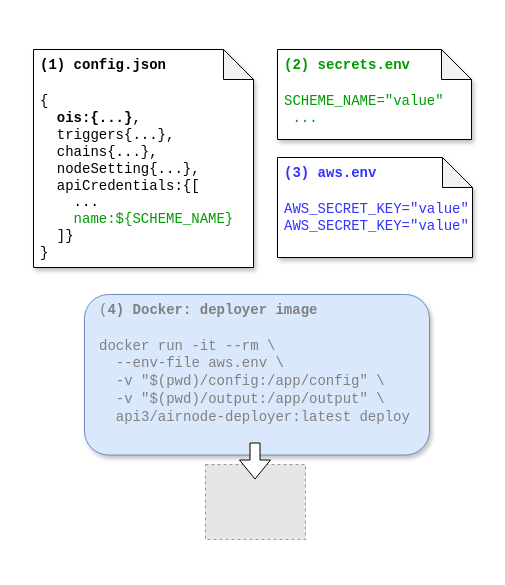
api3dao/vitepress-docs keeps this draw.io diagram as docs/explore/assets/diagrams/api-provider-overview-aws.drawio. Above is the earlier version. Source tidied: cells renumbered, new cells numbered last; positions are measured from the earlier drawing's top-left corner, leaving out a move shared by most shapes. Both pictures are drawn from the tidied source at 100%, with x=0, y=0 at pixel (33, 49). Pictures stored in the file or linked from it are replaced by grey dashed boxes.
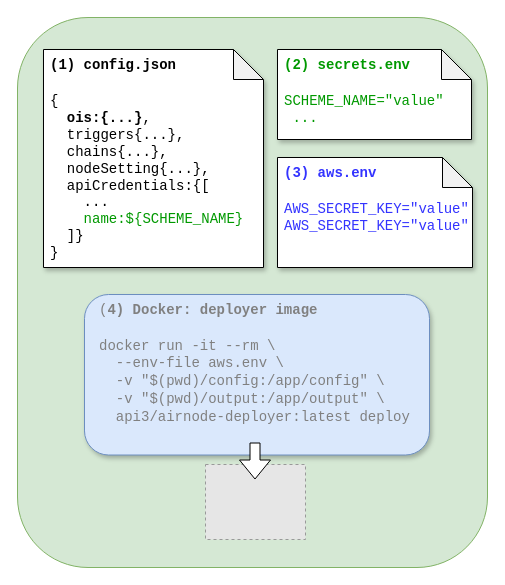
After the change.

Change to the diagram source:
```diff
@@
 <mxGraphModel>
   <root>
     <mxCell id="0" />
     <mxCell id="1" parent="0" />
+    <mxCell id="8" style="rounded=1;whiteSpace=wrap;html=1;fillColor=#d5e8d4;strokeColor=#82b366;" parent="1" vertex="1">
+      <mxGeometry x="-16" y="-32" width="470" height="550" as="geometry" />
+    </mxCell>
-    <mxCell id="2" value="&lt;div style=&quot;font-size: 14px&quot;&gt;&lt;font color=&quot;#808080&quot; style=&quot;font-size: 14px&quot; face=&quot;Courier New&quot;&gt;(&lt;b&gt;4) Docker: deployer image&lt;/b&gt;&lt;/font&gt;&lt;/div&gt;&lt;div style=&quot;font-size: 14px&quot;&gt;&lt;font color=&quot;#808080&quot; style=&quot;font-size: 14px&quot; face=&quot;Courier New&quot;&gt;&lt;br&gt;&lt;/font&gt;&lt;/div&gt;&lt;div style=&quot;font-size: 14px&quot;&gt;&lt;font color=&quot;#808080&quot; style=&quot;font-size: 14px&quot; face=&quot;Courier New&quot;&gt;docker run -it --rm \&lt;/font&gt;&lt;/div&gt;&lt;div style=&quot;font-size: 14px&quot;&gt;&lt;font color=&quot;#808080&quot; style=&quot;font-size: 14px&quot; face=&quot;Courier New&quot;&gt;&amp;nbsp; --env-file aws.env \&lt;/font&gt;&lt;/div&gt;&lt;div style=&quot;font-size: 14px&quot;&gt;&lt;span style=&quot;color: rgb(128 , 128 , 128)&quot;&gt;&lt;font style=&quot;font-size: 14px&quot; face=&quot;Courier New&quot;&gt;&amp;nbsp; -v &quot;$(pwd)/config:/app/config&quot; \&lt;/font&gt;&lt;/span&gt;&lt;/div&gt;&lt;div style=&quot;font-size: 14px&quot;&gt;&lt;font color=&quot;#808080&quot; style=&quot;font-size: 14px&quot; face=&quot;Courier New&quot;&gt;&amp;nbsp; -v &quot;$(pwd)/output:/app/output&quot; \&lt;/font&gt;&lt;/div&gt;&lt;div style=&quot;font-size: 14px&quot;&gt;&lt;font color=&quot;#808080&quot; style=&quot;font-size: 14px&quot; face=&quot;Courier New&quot;&gt;&amp;nbsp; api3/airnode-deployer:latest deploy&lt;/font&gt;&lt;/div&gt;" style="rounded=1;whiteSpace=wrap;html=1;fontSize=11;align=left;fillColor=#dae8fc;strokeColor=#6c8ebf;shadow=1;spacingLeft=13;spacingRight=5;verticalAlign=top;" parent="1" vertex="1">
+    <mxCell id="2" value="&lt;div style=&quot;font-size: 14px&quot;&gt;&lt;font color=&quot;#808080&quot; style=&quot;font-size: 14px&quot; face=&quot;Courier New&quot;&gt;(&lt;b&gt;4) Docker: deployer image&lt;/b&gt;&lt;/font&gt;&lt;/div&gt;&lt;div style=&quot;font-size: 14px&quot;&gt;&lt;font color=&quot;#808080&quot; style=&quot;font-size: 14px&quot; face=&quot;Courier New&quot;&gt;&lt;br&gt;&lt;/font&gt;&lt;/div&gt;&lt;div style=&quot;font-size: 14px&quot;&gt;&lt;font color=&quot;#808080&quot; style=&quot;font-size: 14px&quot; face=&quot;Courier New&quot;&gt;docker run -it --rm \&lt;/font&gt;&lt;/div&gt;&lt;div style=&quot;font-size: 14px&quot;&gt;&lt;font color=&quot;#808080&quot; style=&quot;font-size: 14px&quot; face=&quot;Courier New&quot;&gt;&amp;nbsp; --env-file aws.env \&lt;/font&gt;&lt;/div&gt;&lt;div style=&quot;font-size: 14px&quot;&gt;&lt;span style=&quot;color: rgb(128 , 128 , 128)&quot;&gt;&lt;font style=&quot;font-size: 14px&quot; face=&quot;Courier New&quot;&gt;&amp;nbsp; -v &quot;$(pwd)/config:/app/config&quot; \&lt;/font&gt;&lt;/span&gt;&lt;/div&gt;&lt;div style=&quot;font-size: 14px&quot;&gt;&lt;font color=&quot;#808080&quot; style=&quot;font-size: 14px&quot; face=&quot;Courier New&quot;&gt;&amp;nbsp; -v &quot;$(pwd)/output:/app/output&quot; \&lt;/font&gt;&lt;/div&gt;&lt;div style=&quot;font-size: 14px&quot;&gt;&lt;font color=&quot;#808080&quot; style=&quot;font-size: 14px&quot; face=&quot;Courier New&quot;&gt;&amp;nbsp; api3/airnode-deployer:latest deploy&lt;/font&gt;&lt;/div&gt;" style="rounded=1;whiteSpace=wrap;html=1;fontSize=11;align=left;shadow=1;spacingLeft=13;spacingRight=5;verticalAlign=top;fillColor=#dae8fc;strokeColor=#6c8ebf;" parent="1" vertex="1">
       <mxGeometry x="51" y="245" width="345" height="160.5" as="geometry" />
     </mxCell>
     <mxCell id="3" value="&lt;span style=&quot;font-size: 14px&quot;&gt;&lt;font face=&quot;Courier New&quot;&gt;&lt;b&gt;(1) config.json&lt;/b&gt;&lt;br style=&quot;font-size: 14px&quot;&gt;&lt;br style=&quot;font-size: 14px&quot;&gt;&lt;/font&gt;&lt;/span&gt;&lt;div style=&quot;font-size: 14px&quot;&gt;&lt;span style=&quot;font-size: 14px&quot;&gt;&lt;font face=&quot;Courier New&quot;&gt;{&lt;/font&gt;&lt;/span&gt;&lt;/div&gt;&lt;div style=&quot;font-size: 14px&quot;&gt;&lt;font face=&quot;Courier New&quot;&gt;&lt;span style=&quot;font-size: 14px&quot;&gt;&amp;nbsp;&amp;nbsp;&lt;b style=&quot;font-size: 14px&quot;&gt;ois:{...&lt;/b&gt;&lt;/span&gt;&lt;span style=&quot;font-size: 14px&quot;&gt;&lt;b style=&quot;font-size: 14px&quot;&gt;}&lt;/b&gt;,&lt;/span&gt;&lt;/font&gt;&lt;/div&gt;&lt;font style=&quot;font-size: 14px&quot;&gt;&lt;font face=&quot;Courier New&quot; style=&quot;font-size: 14px&quot;&gt;&lt;div style=&quot;font-size: 14px&quot;&gt;&amp;nbsp; triggers{...},&lt;/div&gt;&lt;div style=&quot;font-size: 14px&quot;&gt;&amp;nbsp; chains{...},&lt;/div&gt;&lt;div style=&quot;font-size: 14px&quot;&gt;&amp;nbsp; nodeSetting{...},&lt;/div&gt;&lt;div style=&quot;font-size: 14px&quot;&gt;&amp;nbsp;&amp;nbsp;apiCredentials:{[&lt;/div&gt;&lt;div style=&quot;font-size: 14px&quot;&gt;&amp;nbsp; &amp;nbsp; ...&lt;/div&gt;&lt;div style=&quot;font-size: 14px&quot;&gt;&amp;nbsp; &amp;nbsp;&amp;nbsp;&lt;font color=&quot;#009900&quot; style=&quot;font-size: 14px&quot;&gt;name:${&lt;/font&gt;&lt;font color=&quot;#009900&quot; style=&quot;font-size: 14px&quot;&gt;&lt;span style=&quot;background-color: transparent ; font-size: 14px&quot;&gt;SCHEME_NAME&lt;/span&gt;}&lt;/font&gt;&lt;/div&gt;&lt;/font&gt;&lt;font face=&quot;Courier New&quot; style=&quot;font-size: 14px&quot;&gt;&lt;div style=&quot;font-size: 14px&quot;&gt;&amp;nbsp; ]}&amp;nbsp; &amp;nbsp;&lt;/div&gt;&lt;div style=&quot;font-size: 14px&quot;&gt;}&lt;/div&gt;&lt;div style=&quot;font-size: 14px&quot;&gt;&lt;br style=&quot;font-size: 14px&quot;&gt;&lt;/div&gt;&lt;/font&gt;&lt;/font&gt;" style="shape=note;whiteSpace=wrap;html=1;backgroundOutline=1;darkOpacity=0.05;shadow=1;verticalAlign=top;align=left;fontSize=14;spacingLeft=5;" parent="1" vertex="1">
-      <mxGeometry width="220" height="218" as="geometry" />
+      <mxGeometry x="10" width="220" height="218" as="geometry" />
     </mxCell>
     <mxCell id="4" value="&lt;div style=&quot;font-size: 14px&quot;&gt;&lt;/div&gt;&lt;span style=&quot;font-size: 14px ; text-align: center&quot;&gt;&lt;font face=&quot;Courier New&quot;&gt;&lt;b&gt;(2) secrets.env&lt;br style=&quot;font-size: 14px&quot;&gt;&lt;/b&gt;&lt;br style=&quot;font-size: 14px&quot;&gt;&lt;/font&gt;&lt;/span&gt;&lt;div style=&quot;font-size: 14px&quot;&gt;&lt;span style=&quot;font-size: 14px&quot;&gt;&lt;font face=&quot;Courier New&quot; style=&quot;font-size: 14px&quot;&gt;SCHEME_NAME=&quot;value&quot;&lt;/font&gt;&lt;/span&gt;&lt;/div&gt;&lt;div style=&quot;font-size: 14px&quot;&gt;&lt;font face=&quot;Courier New&quot; style=&quot;font-size: 14px&quot;&gt;&amp;nbsp;...&lt;/font&gt;&lt;/div&gt;" style="shape=note;whiteSpace=wrap;html=1;backgroundOutline=1;darkOpacity=0.05;shadow=1;fontColor=#009900;align=left;verticalAlign=top;fontSize=14;spacingLeft=5;" parent="1" vertex="1">
       <mxGeometry x="244" width="194" height="90" as="geometry" />
     </mxCell>
     <mxCell id="5" value="&lt;div style=&quot;font-size: 14px;&quot;&gt;&lt;div style=&quot;font-size: 14px;&quot;&gt;&lt;font color=&quot;#3333ff&quot; style=&quot;font-size: 14px;&quot;&gt;&lt;span style=&quot;font-family: &amp;quot;courier new&amp;quot;; font-size: 14px;&quot;&gt;&lt;b style=&quot;font-size: 14px;&quot;&gt;(3) aws.env&lt;/b&gt;&lt;/span&gt;&lt;/font&gt;&lt;/div&gt;&lt;div style=&quot;text-align: justify; font-size: 14px;&quot;&gt;&lt;font color=&quot;#3333ff&quot; style=&quot;font-size: 14px;&quot;&gt;&lt;span style=&quot;font-family: &amp;quot;courier new&amp;quot;; font-size: 14px;&quot;&gt;&lt;b style=&quot;font-size: 14px;&quot;&gt;&lt;br style=&quot;font-size: 14px;&quot;&gt;&lt;/b&gt;&lt;/span&gt;&lt;/font&gt;&lt;/div&gt;&lt;div style=&quot;font-size: 14px;&quot;&gt;&lt;font color=&quot;#3333ff&quot; style=&quot;font-size: 14px;&quot;&gt;&lt;span style=&quot;font-family: &amp;quot;courier new&amp;quot;; font-size: 14px;&quot;&gt;AWS_SECRET_KEY=&quot;value&quot;&lt;/span&gt;&lt;br style=&quot;font-size: 14px;&quot;&gt;&lt;/font&gt;&lt;/div&gt;&lt;/div&gt;&lt;div style=&quot;font-size: 14px;&quot;&gt;&lt;span style=&quot;font-family: &amp;quot;courier new&amp;quot;; font-size: 14px;&quot;&gt;&lt;font color=&quot;#3333ff&quot; style=&quot;font-size: 14px;&quot;&gt;AWS_SECRET_KEY=&quot;value&quot;&lt;/font&gt;&lt;/span&gt;&lt;br style=&quot;font-size: 14px;&quot;&gt;&lt;/div&gt;" style="shape=note;whiteSpace=wrap;html=1;backgroundOutline=1;darkOpacity=0.05;shadow=1;align=left;verticalAlign=top;fontSize=14;spacingLeft=5;" parent="1" vertex="1">
-      <mxGeometry x="244" y="108" width="195" height="100" as="geometry" />
+      <mxGeometry x="244" y="108" width="195" height="110" as="geometry" />
     </mxCell>
     <mxCell id="6" style="fillColor=#E6E6E6;strokeColor=#999999;dashed=1;verticalLabelPosition=bottom;labelBackgroundColor=#ffffff;verticalAlign=top;" parent="1" vertex="1">
       <mxGeometry x="172" y="415" width="100" height="75" as="geometry" />
     </mxCell>
     <mxCell id="7" style="shape=flexArrow;endArrow=classic;html=1;rounded=0;fontColor=#000000;strokeColor=#000000;strokeWidth=1;fillColor=#FFFFFF;gradientColor=#ffffff;gradientDirection=west;edgeStyle=orthogonalEdgeStyle;" parent="1" edge="1">
       <mxGeometry relative="1" as="geometry">
         <mxPoint x="221.5" y="393" as="sourcePoint" />
         <mxPoint x="221.5" y="430" as="targetPoint" />
       </mxGeometry>
     </mxCell>
   </root>
 </mxGraphModel>
```
